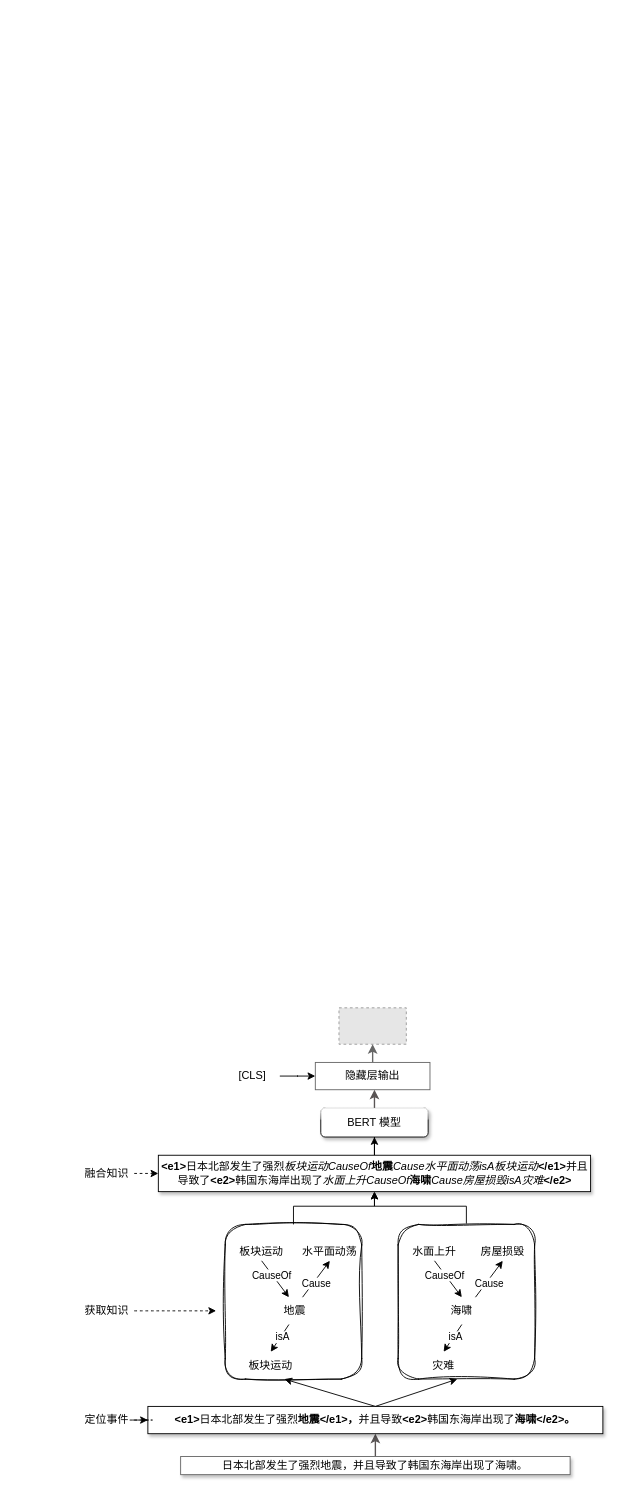
JiaXinLI98/myProject keeps this draw.io diagram as page "模糊-知识集成" (4 of 14) of 2.drawio. Above is the earlier version. Source tidied: cells renumbered, new cells numbered last; positions are measured from the earlier drawing's top-left corner, leaving out a move shared by most shapes. Both pictures are drawn from the tidied source at 91%, with x=0, y=0 at pixel (79, 1007). Pictures stored in the file or linked from it are replaced by grey dashed boxes.
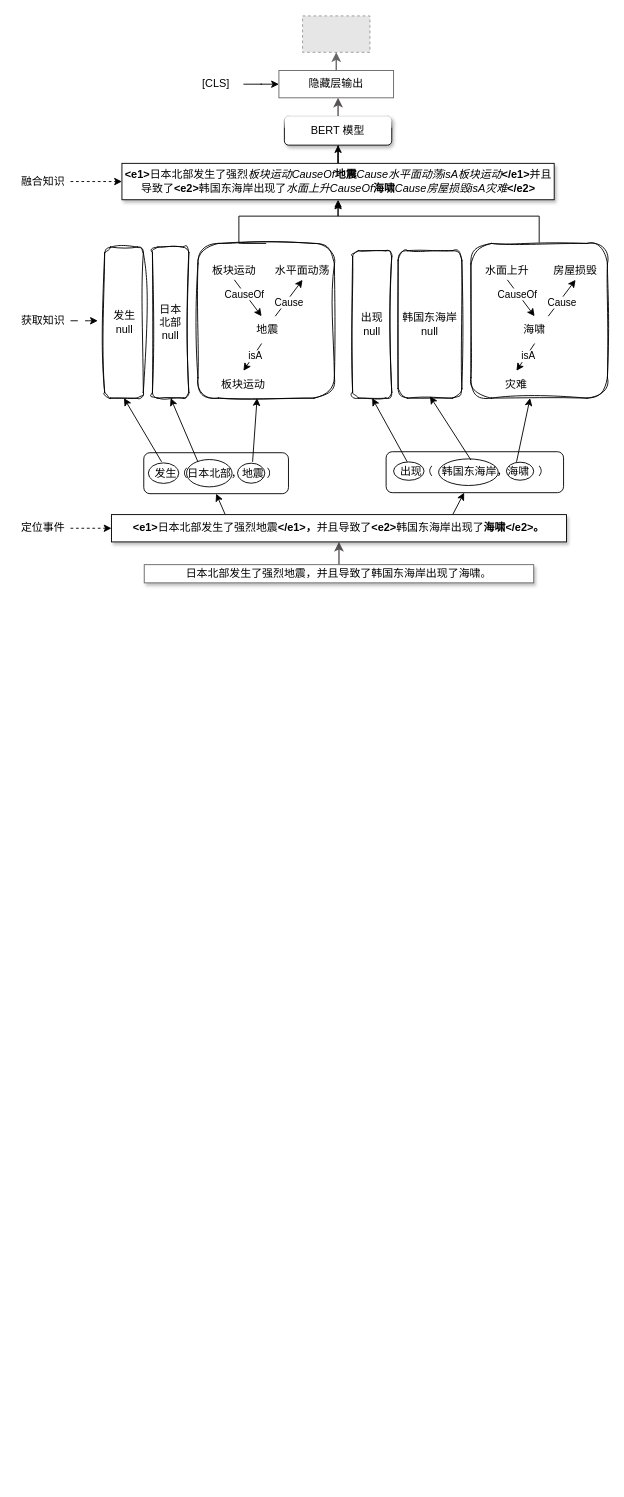
The same diagram, later.

The edit, as a diff of the source:
```diff
@@
     <mxCell id="3" value="&lt;div&gt;日本北部发生了强烈地震，并且导致了韩国东海岸出现了海啸。&lt;/div&gt;" style="rounded=0;whiteSpace=wrap;html=1;shadow=1;strokeColor=#666666;labelBorderColor=none;" parent="1" vertex="1">
-      <mxGeometry x="111" y="493" width="428" height="20" as="geometry" />
+      <mxGeometry x="71" y="-487" width="428" height="20" as="geometry" />
     </mxCell>
-    <mxCell id="4" style="rounded=0;jettySize=auto;html=1;exitX=0.5;exitY=0;exitDx=0;exitDy=0;entryX=0.75;entryY=1;entryDx=0;entryDy=0;labelBorderColor=none;" parent="1" edge="1" source="5" target="17">
+    <mxCell id="4" style="rounded=0;jettySize=auto;html=1;entryX=0.75;entryY=1;entryDx=0;entryDy=0;labelBorderColor=none;exitX=0.752;exitY=0.222;exitDx=0;exitDy=0;exitPerimeter=0;" parent="1" edge="1" source="53" target="17">
       <mxGeometry relative="1" as="geometry" />
     </mxCell>
+    <mxCell id="46" style="rounded=0;jettySize=auto;html=1;entryX=0.5;entryY=1;entryDx=0;entryDy=0;exitX=0.25;exitY=0;exitDx=0;exitDy=0;" parent="1" edge="1" source="5" target="53">
+      <mxGeometry relative="1" as="geometry" />
+    </mxCell>
+    <mxCell id="47" style="rounded=0;jettySize=auto;html=1;exitX=0.75;exitY=0;exitDx=0;exitDy=0;" parent="1" edge="1" source="5" target="58">
+      <mxGeometry relative="1" as="geometry" />
+    </mxCell>
-    <mxCell id="5" value="&lt;b&gt;&amp;lt;e1&amp;gt;&lt;/b&gt;日本北部发生了强烈&lt;b style=&quot;&quot;&gt;地震&lt;/b&gt;&lt;b&gt;&amp;lt;/e1&amp;gt;，&lt;/b&gt;并且导致&lt;b&gt;&amp;lt;e2&amp;gt;&lt;/b&gt;韩国东海岸出现了&lt;b style=&quot;&quot;&gt;海啸&lt;/b&gt;&lt;b&gt;&amp;lt;/e2&amp;gt;。&lt;/b&gt;" style="rounded=0;whiteSpace=wrap;html=1;shadow=1;labelBorderColor=none;" parent="1" vertex="1">
-      <mxGeometry x="75" y="438" width="500" height="30" as="geometry" />
+    <mxCell id="5" value="&lt;b&gt;&amp;lt;e1&amp;gt;&lt;/b&gt;日本北部发生了强烈地震&lt;b&gt;&amp;lt;/e1&amp;gt;，&lt;/b&gt;并且导致了&lt;b&gt;&amp;lt;e2&amp;gt;&lt;/b&gt;韩国东海岸出现了&lt;b style=&quot;&quot;&gt;海啸&lt;/b&gt;&lt;b&gt;&amp;lt;/e2&amp;gt;。&lt;/b&gt;" style="rounded=0;whiteSpace=wrap;html=1;shadow=1;labelBorderColor=none;" parent="1" vertex="1">
+      <mxGeometry x="35" y="-542" width="500" height="30" as="geometry" />
     </mxCell>
     <mxCell id="6" style="edgeStyle=orthogonalEdgeStyle;rounded=0;jettySize=auto;html=1;exitX=0.5;exitY=0;exitDx=0;exitDy=0;labelBorderColor=none;" parent="1" edge="1" source="7" target="32">
-      <mxGeometry relative="1" as="geometry" />
+      <mxGeometry relative="1" as="geometry">
+        <Array as="points">
+          <mxPoint x="175" y="-870" />
+          <mxPoint x="284" y="-870" />
+        </Array>
+      </mxGeometry>
     </mxCell>
-    <mxCell id="7" style="rounded=1;whiteSpace=wrap;html=1;sketch=1;curveFitting=1;jiggle=2;labelBorderColor=none;" parent="1" vertex="1">
-      <mxGeometry x="160" y="238" width="150" height="170" as="geometry" />
-    </mxCell>
-    <mxCell id="8" style="rounded=0;jettySize=auto;html=1;exitX=0.5;exitY=1;exitDx=0;exitDy=0;entryX=0.5;entryY=0;entryDx=0;entryDy=0;labelBorderColor=none;" parent="1" edge="1" source="12" target="17">
-      <mxGeometry relative="1" as="geometry" />
-    </mxCell>
-    <mxCell id="9" value="isA" style="edgeLabel;html=1;align=center;verticalAlign=middle;labelBorderColor=none;" parent="8" vertex="1">
-      <mxGeometry x="-0.17" y="1" relative="1" as="geometry" />
-    </mxCell>
-    <mxCell id="10" style="rounded=0;jettySize=auto;html=1;exitX=0.75;exitY=0;exitDx=0;exitDy=0;entryX=0.5;entryY=1;entryDx=0;entryDy=0;labelBorderColor=none;" parent="1" edge="1" source="12" target="16">
-      <mxGeometry relative="1" as="geometry" />
-    </mxCell>
-    <mxCell id="11" value="Cause" style="edgeLabel;html=1;align=center;verticalAlign=middle;labelBorderColor=none;" parent="10" vertex="1">
-      <mxGeometry x="-0.18" y="-2" relative="1" as="geometry" />
-    </mxCell>
-    <mxCell id="12" value="&amp;nbsp; &amp;nbsp; 地震" style="text;html=1;strokeColor=none;fillColor=none;align=center;verticalAlign=middle;whiteSpace=wrap;rounded=0;labelBorderColor=none;" parent="1" vertex="1">
-      <mxGeometry x="200" y="318" width="60" height="30" as="geometry" />
-    </mxCell>
-    <mxCell id="13" style="rounded=0;jettySize=auto;html=1;exitX=0.5;exitY=1;exitDx=0;exitDy=0;entryX=0.5;entryY=0;entryDx=0;entryDy=0;labelBorderColor=none;" parent="1" edge="1" source="15" target="12">
-      <mxGeometry relative="1" as="geometry" />
-    </mxCell>
-    <mxCell id="14" value="CauseOf" style="edgeLabel;html=1;align=center;verticalAlign=middle;labelBorderColor=none;" parent="13" vertex="1">
-      <mxGeometry x="-0.25" y="-1" relative="1" as="geometry" />
-    </mxCell>
-    <mxCell id="15" value="板块运动" style="text;html=1;strokeColor=none;fillColor=none;align=center;verticalAlign=middle;whiteSpace=wrap;rounded=0;labelBorderColor=none;" parent="1" vertex="1">
-      <mxGeometry x="170" y="258" width="60" height="20" as="geometry" />
-    </mxCell>
-    <mxCell id="16" value="水平面动荡" style="text;html=1;strokeColor=none;fillColor=none;align=center;verticalAlign=middle;whiteSpace=wrap;rounded=0;labelBorderColor=none;" parent="1" vertex="1">
-      <mxGeometry x="240" y="258" width="70" height="20" as="geometry" />
-    </mxCell>
-    <mxCell id="17" value="板块运动" style="text;html=1;strokeColor=none;fillColor=none;align=center;verticalAlign=middle;whiteSpace=wrap;rounded=0;labelBorderColor=none;" parent="1" vertex="1">
-      <mxGeometry x="180" y="378" width="60" height="30" as="geometry" />
-    </mxCell>
-    <mxCell id="18" style="edgeStyle=orthogonalEdgeStyle;rounded=0;jettySize=auto;html=1;entryX=0.5;entryY=1;entryDx=0;entryDy=0;" parent="1" edge="1" source="19" target="32">
+    <mxCell id="18" style="edgeStyle=orthogonalEdgeStyle;rounded=0;orthogonalLoop=1;jettySize=auto;html=1;entryX=0.5;entryY=1;entryDx=0;entryDy=0;exitX=0.5;exitY=0;exitDx=0;exitDy=0;" parent="1" edge="1">
       <mxGeometry relative="1" as="geometry">
+        <mxPoint x="505" y="-838" as="sourcePoint" />
+        <mxPoint x="284" y="-886" as="targetPoint" />
         <Array as="points">
-          <mxPoint x="425" y="218" />
-          <mxPoint x="324" y="218" />
+          <mxPoint x="505" y="-870" />
+          <mxPoint x="284" y="-870" />
         </Array>
       </mxGeometry>
     </mxCell>
     <mxCell id="19" style="rounded=1;whiteSpace=wrap;html=1;sketch=1;curveFitting=1;jiggle=2;labelBorderColor=none;" parent="1" vertex="1">
-      <mxGeometry x="350" y="238" width="150" height="170" as="geometry" />
+      <mxGeometry x="430" y="-840" width="150" height="170" as="geometry" />
     </mxCell>
@@
     <mxCell id="22" value="海啸" style="text;html=1;strokeColor=none;fillColor=none;align=center;verticalAlign=middle;whiteSpace=wrap;rounded=0;labelBorderColor=none;" parent="1" vertex="1">
-      <mxGeometry x="390" y="318" width="60" height="30" as="geometry" />
+      <mxGeometry x="470" y="-760" width="60" height="30" as="geometry" />
     </mxCell>
@@
     <mxCell id="25" value="水面上升" style="text;html=1;strokeColor=none;fillColor=none;align=center;verticalAlign=middle;whiteSpace=wrap;rounded=0;labelBorderColor=none;" parent="1" vertex="1">
-      <mxGeometry x="360" y="258" width="60" height="20" as="geometry" />
+      <mxGeometry x="440" y="-820" width="60" height="20" as="geometry" />
     </mxCell>
     <mxCell id="26" value="灾难" style="text;html=1;strokeColor=none;fillColor=none;align=center;verticalAlign=middle;whiteSpace=wrap;rounded=0;labelBorderColor=none;" parent="1" vertex="1">
-      <mxGeometry x="370" y="378" width="60" height="30" as="geometry" />
+      <mxGeometry x="450" y="-700" width="60" height="30" as="geometry" />
     </mxCell>
     <mxCell id="27" style="rounded=0;jettySize=auto;html=1;exitX=0.75;exitY=0;exitDx=0;exitDy=0;entryX=0.5;entryY=1;entryDx=0;entryDy=0;labelBorderColor=none;" parent="1" edge="1" target="29">
       <mxGeometry relative="1" as="geometry">
-        <mxPoint x="435" y="318" as="sourcePoint" />
+        <mxPoint x="515" y="-760" as="sourcePoint" />
       </mxGeometry>
     </mxCell>
@@
     <mxCell id="29" value="房屋损毁" style="text;html=1;strokeColor=none;fillColor=none;align=center;verticalAlign=middle;whiteSpace=wrap;rounded=0;labelBorderColor=none;" parent="1" vertex="1">
-      <mxGeometry x="430" y="258" width="70" height="20" as="geometry" />
+      <mxGeometry x="510" y="-820" width="70" height="20" as="geometry" />
     </mxCell>
-    <mxCell id="30" style="rounded=0;jettySize=auto;html=1;exitX=0.5;exitY=0;exitDx=0;exitDy=0;entryX=0.75;entryY=1;entryDx=0;entryDy=0;labelBorderColor=none;" parent="1" edge="1" source="5" target="26">
+    <mxCell id="30" style="rounded=0;jettySize=auto;html=1;entryX=0.75;entryY=1;entryDx=0;entryDy=0;labelBorderColor=none;exitX=0.735;exitY=0.247;exitDx=0;exitDy=0;exitPerimeter=0;" parent="1" edge="1" source="58" target="26">
       <mxGeometry relative="1" as="geometry" />
     </mxCell>
@@
     <mxCell id="32" value="&lt;b&gt;&amp;lt;e1&amp;gt;&lt;/b&gt;日本北部发生了强烈&lt;i&gt;板块运动CauseOf&lt;/i&gt;&lt;b style=&quot;&quot;&gt;地震&lt;/b&gt;&lt;i&gt;Cause水平面动荡isA板块运动&lt;/i&gt;&lt;b&gt;&amp;lt;/e1&amp;gt;&lt;/b&gt;并且导致了&lt;b&gt;&amp;lt;e2&amp;gt;&lt;/b&gt;韩国东海岸出现了&lt;i&gt;水面上升CauseOf&lt;/i&gt;&lt;b style=&quot;&quot;&gt;海啸&lt;/b&gt;&lt;i&gt;Cause房屋损毁isA灾难&lt;/i&gt;&lt;b&gt;&amp;lt;/e2&amp;gt;&lt;/b&gt;" style="rounded=0;whiteSpace=wrap;html=1;shadow=1;labelBorderColor=none;" parent="1" vertex="1">
-      <mxGeometry x="86.5" y="162" width="475" height="40" as="geometry" />
+      <mxGeometry x="46.5" y="-928" width="475" height="40" as="geometry" />
     </mxCell>
     <mxCell id="33" value="BERT 模型" style="rounded=1;whiteSpace=wrap;html=1;glass=1;shadow=1;labelBorderColor=none;" parent="1" vertex="1">
-      <mxGeometry x="265" y="110" width="118" height="32" as="geometry" />
+      <mxGeometry x="225" y="-980" width="118" height="32" as="geometry" />
     </mxCell>
     <mxCell id="34" style="fillColor=#E6E6E6;strokeColor=#999999;dashed=1;verticalLabelPosition=bottom;labelBackgroundColor=default;verticalAlign=top;" parent="1" vertex="1">
-      <mxGeometry x="285" width="74" height="40" as="geometry" />
+      <mxGeometry x="245" y="-1090" width="74" height="40" as="geometry" />
     </mxCell>
     <mxCell id="35" style="edgeStyle=orthogonalEdgeStyle;rounded=0;orthogonalLoop=1;jettySize=auto;html=1;strokeWidth=1.5;strokeColor=#595454;labelBorderColor=none;" parent="1" edge="1">
       <mxGeometry relative="1" as="geometry">
-        <mxPoint x="324" y="110" as="sourcePoint" />
-        <mxPoint x="324" y="90" as="targetPoint" />
+        <mxPoint x="284" y="-980" as="sourcePoint" />
+        <mxPoint x="284" y="-1000" as="targetPoint" />
       </mxGeometry>
     </mxCell>
@@
     <mxCell id="37" value="隐藏层输出" style="rounded=0;whiteSpace=wrap;html=1;strokeColor=#666666;labelBorderColor=none;" parent="1" vertex="1">
-      <mxGeometry x="259" y="60" width="126" height="30" as="geometry" />
+      <mxGeometry x="219" y="-1030" width="126" height="30" as="geometry" />
     </mxCell>
@@
     <mxCell id="39" value="[CLS]" style="text;html=1;strokeColor=none;fillColor=none;align=center;verticalAlign=middle;whiteSpace=wrap;rounded=0;labelBorderColor=none;" parent="1" vertex="1">
-      <mxGeometry x="160" y="60" width="60" height="30" as="geometry" />
+      <mxGeometry x="120" y="-1030" width="60" height="30" as="geometry" />
     </mxCell>
@@
     <mxCell id="41" value="定位事件" style="text;html=1;strokeColor=none;fillColor=none;align=center;verticalAlign=middle;whiteSpace=wrap;rounded=0;labelBorderColor=none;" parent="1" vertex="1">
-      <mxGeometry y="438" width="60" height="30" as="geometry" />
+      <mxGeometry x="-70" y="-542" width="60" height="30" as="geometry" />
     </mxCell>
-    <mxCell id="42" style="edgeStyle=orthogonalEdgeStyle;rounded=0;jettySize=auto;html=1;dashed=1;curved=1;labelBorderColor=none;" parent="1" edge="1" source="43">
-      <mxGeometry relative="1" as="geometry">
-        <mxPoint x="150" y="333" as="targetPoint" />
-      </mxGeometry>
-    </mxCell>
+    <mxCell id="48" style="edgeStyle=orthogonalEdgeStyle;rounded=0;jettySize=auto;html=1;dashed=1;dashPattern=8 8;" parent="1" edge="1" source="43">
+      <mxGeometry relative="1" as="geometry">
+        <mxPoint x="20" y="-755" as="targetPoint" />
+      </mxGeometry>
+    </mxCell>
     <mxCell id="43" value="获取知识" style="text;html=1;strokeColor=none;fillColor=none;align=center;verticalAlign=middle;whiteSpace=wrap;rounded=0;labelBorderColor=none;" parent="1" vertex="1">
-      <mxGeometry y="318" width="60" height="30" as="geometry" />
+      <mxGeometry x="-70" y="-770" width="60" height="30" as="geometry" />
     </mxCell>
@@
     <mxCell id="45" value="融合知识" style="text;html=1;strokeColor=none;fillColor=none;align=center;verticalAlign=middle;whiteSpace=wrap;rounded=0;labelBorderColor=none;" parent="1" vertex="1">
-      <mxGeometry y="167" width="60" height="30" as="geometry" />
+      <mxGeometry x="-70" y="-923" width="60" height="30" as="geometry" />
     </mxCell>
+    <mxCell id="49" style="group;" parent="1" vertex="1">
+      <mxGeometry x="70.5" y="-610" width="159" height="45" as="geometry" />
+    </mxCell>
+    <mxCell id="50" style="ellipse;whiteSpace=wrap;html=1;" parent="49" vertex="1">
+      <mxGeometry x="103" y="11.5" width="30" height="22" as="geometry" />
+    </mxCell>
+    <mxCell id="51" style="ellipse;whiteSpace=wrap;html=1;" parent="49" vertex="1">
+      <mxGeometry x="47" y="7.5" width="50" height="30" as="geometry" />
+    </mxCell>
+    <mxCell id="52" style="ellipse;whiteSpace=wrap;html=1;" parent="49" vertex="1">
+      <mxGeometry x="5" y="11.2" width="33.5" height="22.5" as="geometry" />
+    </mxCell>
+    <mxCell id="53" value="发生（日本北部，地震 ）" style="text;html=1;strokeColor=default;fillColor=none;align=center;verticalAlign=middle;whiteSpace=wrap;rounded=1;" parent="49" vertex="1">
+      <mxGeometry width="159" height="45" as="geometry" />
+    </mxCell>
+    <mxCell id="54" style="group;" parent="1" vertex="1">
+      <mxGeometry x="340" y="-610" width="200" height="45" as="geometry" />
+    </mxCell>
+    <mxCell id="55" style="ellipse;whiteSpace=wrap;html=1;" parent="54" vertex="1">
+      <mxGeometry x="129" y="10.4" width="30" height="19.8" as="geometry" />
+    </mxCell>
+    <mxCell id="56" style="ellipse;whiteSpace=wrap;html=1;" parent="54" vertex="1">
+      <mxGeometry x="54.5" y="6.8" width="65.5" height="29.2" as="geometry" />
+    </mxCell>
+    <mxCell id="57" style="ellipse;whiteSpace=wrap;html=1;" parent="54" vertex="1">
+      <mxGeometry x="5" y="10.1" width="33.5" height="20.2" as="geometry" />
+    </mxCell>
+    <mxCell id="58" value="出现（&amp;nbsp; &amp;nbsp;韩国东海岸，海啸&amp;nbsp; &amp;nbsp;）" style="text;html=1;strokeColor=default;fillColor=none;align=center;verticalAlign=middle;whiteSpace=wrap;rounded=1;" parent="54" vertex="1">
+      <mxGeometry x="-3.2" y="-1.1" width="195" height="45" as="geometry" />
+    </mxCell>
+    <mxCell id="59" value="韩国东海岸&lt;br&gt;null" style="rounded=1;whiteSpace=wrap;html=1;sketch=1;curveFitting=1;jiggle=2;labelBorderColor=none;" parent="1" vertex="1">
+      <mxGeometry x="350" y="-832" width="70" height="162" as="geometry" />
+    </mxCell>
+    <mxCell id="60" style="group;" parent="1" vertex="1">
+      <mxGeometry x="130" y="-840" width="150" height="170" as="geometry" />
+    </mxCell>
+    <mxCell id="7" style="rounded=1;whiteSpace=wrap;html=1;sketch=1;curveFitting=1;jiggle=2;labelBorderColor=none;" parent="60" vertex="1">
+      <mxGeometry width="150" height="170" as="geometry" />
+    </mxCell>
+    <mxCell id="12" value="&amp;nbsp; &amp;nbsp; 地震" style="text;html=1;strokeColor=none;fillColor=none;align=center;verticalAlign=middle;whiteSpace=wrap;rounded=0;labelBorderColor=none;" parent="60" vertex="1">
+      <mxGeometry x="40" y="80" width="60" height="30" as="geometry" />
+    </mxCell>
+    <mxCell id="13" style="rounded=0;jettySize=auto;html=1;exitX=0.5;exitY=1;exitDx=0;exitDy=0;entryX=0.5;entryY=0;entryDx=0;entryDy=0;labelBorderColor=none;" parent="60" edge="1" source="15" target="12">
+      <mxGeometry relative="1" as="geometry" />
+    </mxCell>
+    <mxCell id="14" value="CauseOf" style="edgeLabel;html=1;align=center;verticalAlign=middle;labelBorderColor=none;" parent="13" vertex="1">
+      <mxGeometry x="-0.25" y="-1" relative="1" as="geometry" />
+    </mxCell>
+    <mxCell id="15" value="板块运动" style="text;html=1;strokeColor=none;fillColor=none;align=center;verticalAlign=middle;whiteSpace=wrap;rounded=0;labelBorderColor=none;" parent="60" vertex="1">
+      <mxGeometry x="10" y="20" width="60" height="20" as="geometry" />
+    </mxCell>
+    <mxCell id="16" value="水平面动荡" style="text;html=1;strokeColor=none;fillColor=none;align=center;verticalAlign=middle;whiteSpace=wrap;rounded=0;labelBorderColor=none;" parent="60" vertex="1">
+      <mxGeometry x="80" y="20" width="70" height="20" as="geometry" />
+    </mxCell>
+    <mxCell id="10" style="rounded=0;jettySize=auto;html=1;exitX=0.75;exitY=0;exitDx=0;exitDy=0;entryX=0.5;entryY=1;entryDx=0;entryDy=0;labelBorderColor=none;" parent="60" edge="1" source="12" target="16">
+      <mxGeometry relative="1" as="geometry" />
+    </mxCell>
+    <mxCell id="11" value="Cause" style="edgeLabel;html=1;align=center;verticalAlign=middle;labelBorderColor=none;" parent="10" vertex="1">
+      <mxGeometry x="-0.18" y="-2" relative="1" as="geometry" />
+    </mxCell>
+    <mxCell id="17" value="板块运动" style="text;html=1;strokeColor=none;fillColor=none;align=center;verticalAlign=middle;whiteSpace=wrap;rounded=0;labelBorderColor=none;" parent="60" vertex="1">
+      <mxGeometry x="20" y="140" width="60" height="30" as="geometry" />
+    </mxCell>
+    <mxCell id="8" style="rounded=0;jettySize=auto;html=1;exitX=0.5;exitY=1;exitDx=0;exitDy=0;entryX=0.5;entryY=0;entryDx=0;entryDy=0;labelBorderColor=none;" parent="60" edge="1" source="12" target="17">
+      <mxGeometry relative="1" as="geometry" />
+    </mxCell>
+    <mxCell id="9" value="isA" style="edgeLabel;html=1;align=center;verticalAlign=middle;labelBorderColor=none;" parent="8" vertex="1">
+      <mxGeometry x="-0.17" y="1" relative="1" as="geometry" />
+    </mxCell>
+    <mxCell id="61" value="出现&lt;br&gt;null" style="rounded=1;whiteSpace=wrap;html=1;sketch=1;curveFitting=1;jiggle=2;labelBorderColor=none;" parent="1" vertex="1">
+      <mxGeometry x="300" y="-832" width="43" height="162" as="geometry" />
+    </mxCell>
+    <mxCell id="62" value="日本&lt;br&gt;北部&lt;br&gt;null" style="rounded=1;whiteSpace=wrap;html=1;sketch=1;curveFitting=1;jiggle=2;labelBorderColor=none;" parent="1" vertex="1">
+      <mxGeometry x="80" y="-836" width="40" height="166" as="geometry" />
+    </mxCell>
+    <mxCell id="63" value="发生&lt;br&gt;null" style="rounded=1;whiteSpace=wrap;html=1;sketch=1;curveFitting=1;jiggle=2;labelBorderColor=none;" parent="1" vertex="1">
+      <mxGeometry x="27.5" y="-836" width="42.5" height="166" as="geometry" />
+    </mxCell>
+    <mxCell id="64" style="rounded=0;jettySize=auto;html=1;entryX=0.5;entryY=1;entryDx=0;entryDy=0;" parent="1" edge="1" target="62">
+      <mxGeometry relative="1" as="geometry">
+        <mxPoint x="130" y="-600" as="sourcePoint" />
+      </mxGeometry>
+    </mxCell>
+    <mxCell id="65" style="rounded=0;jettySize=auto;html=1;entryX=0.5;entryY=1;entryDx=0;entryDy=0;exitX=0.123;exitY=0.222;exitDx=0;exitDy=0;exitPerimeter=0;" parent="1" edge="1" source="53" target="63">
+      <mxGeometry relative="1" as="geometry" />
+    </mxCell>
+    <mxCell id="66" style="rounded=0;orthogonalLoop=1;jettySize=auto;html=1;entryX=0.5;entryY=1;entryDx=0;entryDy=0;labelBorderColor=none;" parent="1" edge="1">
+      <mxGeometry relative="1" as="geometry">
+        <mxPoint x="430" y="-602" as="sourcePoint" />
+        <mxPoint x="385" y="-672" as="targetPoint" />
+      </mxGeometry>
+    </mxCell>
+    <mxCell id="67" style="rounded=0;jettySize=auto;html=1;entryX=0.5;entryY=1;entryDx=0;entryDy=0;labelBorderColor=none;exitX=0.119;exitY=0.247;exitDx=0;exitDy=0;exitPerimeter=0;" parent="1" edge="1" source="58" target="61">
+      <mxGeometry relative="1" as="geometry" />
+    </mxCell>
```
